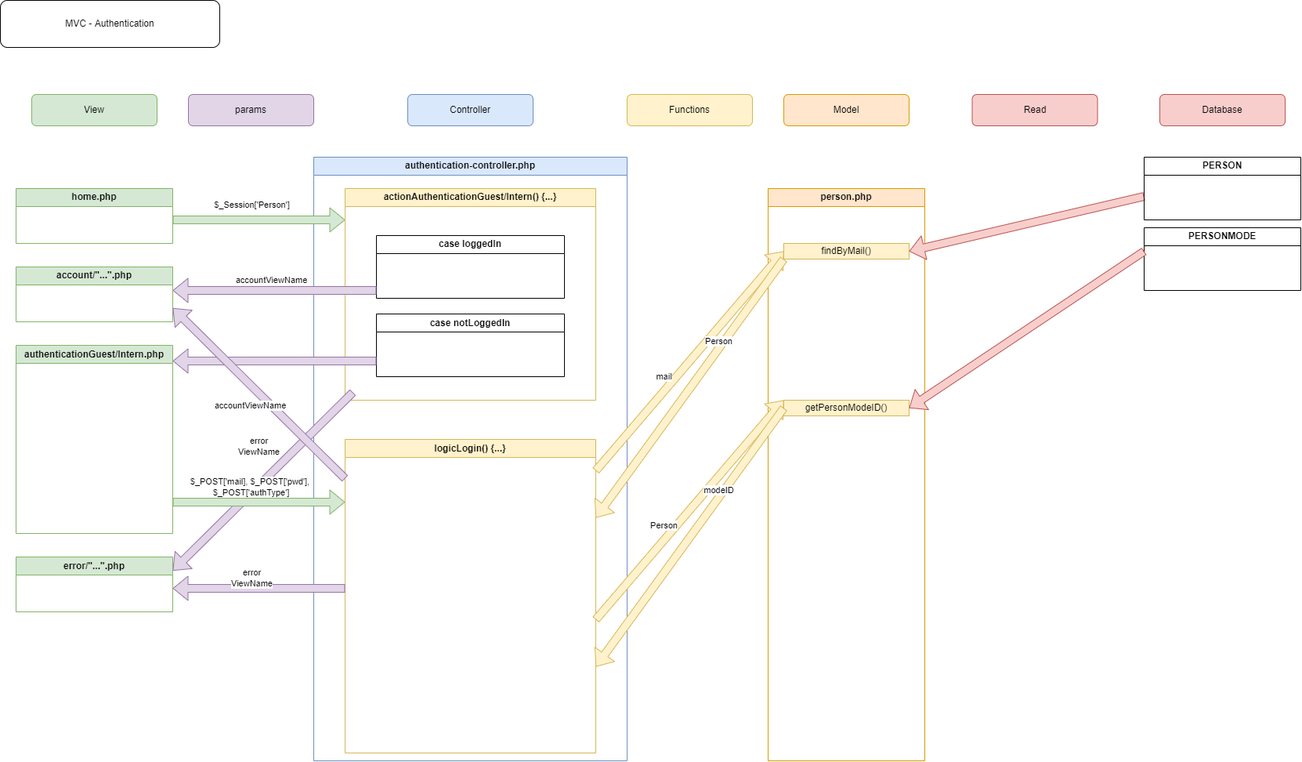
This is SuPa/assets/documentation/MVC/mvc-authentication.png from hatta137/sunshineparks, a draw.io export, as it was before one commit. Source tidied: cells renumbered, new cells last; positions are measured from the earlier drawing's top-left corner, leaving out a move shared by most shapes.
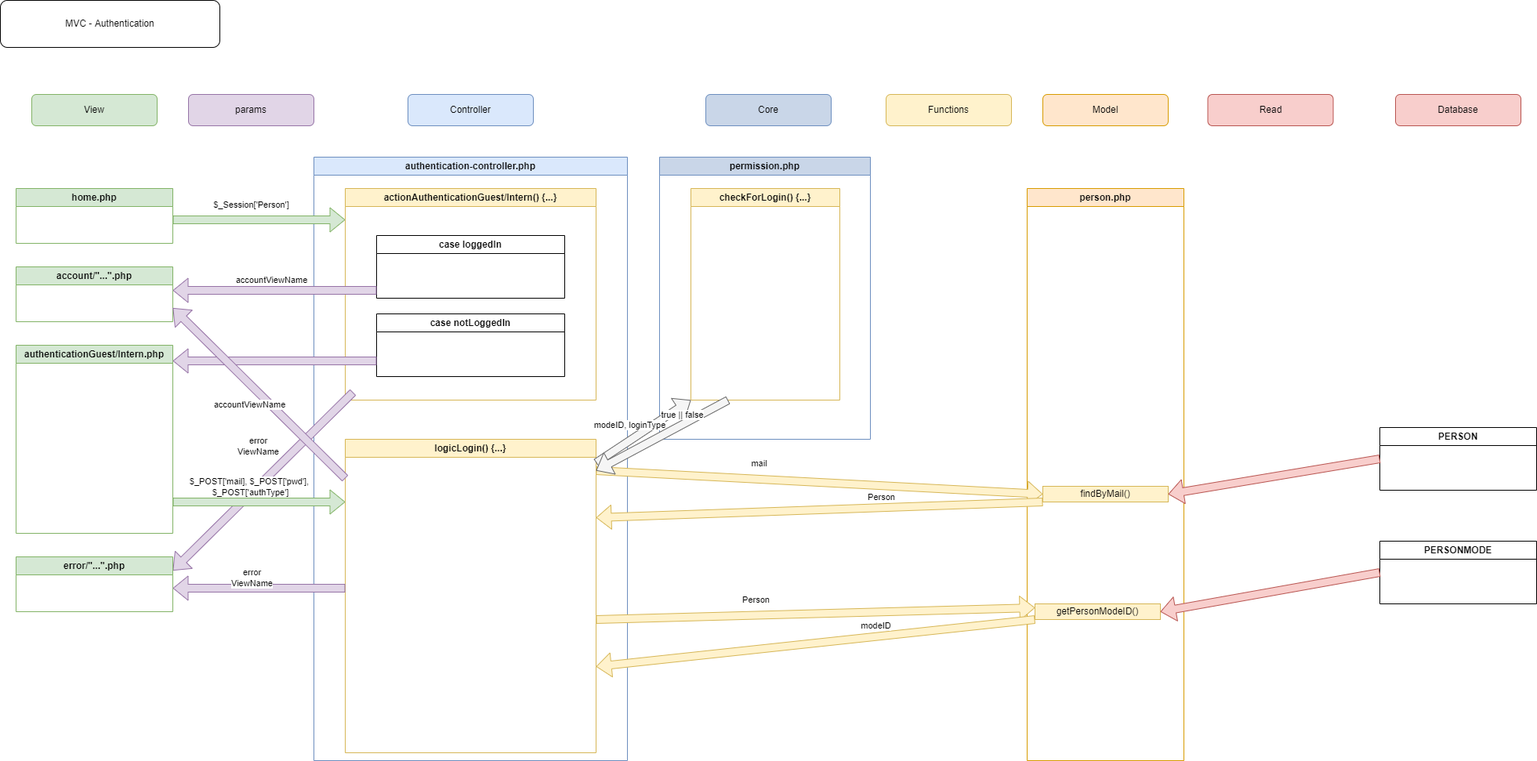
Above is the later version.

Commit message:
new png mvc-auth

What changed in the source:
```diff
@@ -9,10 +9,10 @@
       <mxGeometry x="520" y="120" width="160" height="40" as="geometry" />
     </mxCell>
     <mxCell id="4" value="Model" style="rounded=1;whiteSpace=wrap;html=1;fillColor=#ffe6cc;strokeColor=#d79b00;" parent="1" vertex="1">
-      <mxGeometry x="1000" y="120" width="160" height="40" as="geometry" />
+      <mxGeometry x="1330" y="120" width="160" height="40" as="geometry" />
     </mxCell>
     <mxCell id="5" value="Database" style="rounded=1;whiteSpace=wrap;html=1;fillColor=#f8cecc;strokeColor=#b85450;" parent="1" vertex="1">
-      <mxGeometry x="1480" y="120" width="160" height="40" as="geometry" />
+      <mxGeometry x="1780" y="120" width="160" height="40" as="geometry" />
     </mxCell>
     <mxCell id="6" value="home.php" style="swimlane;whiteSpace=wrap;html=1;fillColor=#d5e8d4;strokeColor=#82b366;startSize=23;" parent="1" vertex="1">
       <mxGeometry x="20" y="240" width="200" height="70" as="geometry" />
@@ -74,16 +74,11 @@
       </mxGeometry>
     </mxCell>
     <mxCell id="20" value="person.php" style="swimlane;whiteSpace=wrap;html=1;fillColor=#ffe6cc;strokeColor=#d79b00;" parent="1" vertex="1">
-      <mxGeometry x="980" y="240" width="200" height="730" as="geometry" />
+      <mxGeometry x="1310" y="240" width="200" height="730" as="geometry" />
     </mxCell>
     <mxCell id="21" value="findByMail()" style="rounded=0;whiteSpace=wrap;html=1;fillColor=#fff2cc;strokeColor=#d6b656;" parent="20" vertex="1">
-      <mxGeometry x="20" y="70" width="160" height="20" as="geometry" />
+      <mxGeometry x="20" y="380" width="160" height="20" as="geometry" />
     </mxCell>
-    <mxCell id="22" style="shape=flexArrow;endArrow=classic;html=1;rounded=0;entryX=1;entryY=0.5;entryDx=0;entryDy=0;fillColor=#f8cecc;strokeColor=#b85450;" parent="20" edge="1" target="21">
-      <mxGeometry relative="1" as="geometry">
-        <mxPoint x="480" y="10" as="sourcePoint" />
-      </mxGeometry>
-    </mxCell>
     <mxCell id="23" style="edgeStyle=orthogonalEdgeStyle;rounded=0;orthogonalLoop=1;jettySize=auto;html=1;exitX=0.5;exitY=1;exitDx=0;exitDy=0;" parent="20" edge="1">
       <mxGeometry relative="1" as="geometry">
         <mxPoint x="100" y="210" as="sourcePoint" />
@@ -91,26 +86,26 @@
       </mxGeometry>
     </mxCell>
     <mxCell id="24" value="getPersonModeID()" style="rounded=0;whiteSpace=wrap;html=1;fillColor=#fff2cc;strokeColor=#d6b656;" parent="20" vertex="1">
-      <mxGeometry x="20" y="270" width="160" height="20" as="geometry" />
+      <mxGeometry x="10" y="530" width="160" height="20" as="geometry" />
     </mxCell>
     <mxCell id="25" value="PERSON" style="swimlane;whiteSpace=wrap;html=1;startSize=23;" parent="1" vertex="1">
-      <mxGeometry x="1460" y="200" width="200" height="80" as="geometry" />
+      <mxGeometry x="1760" y="545" width="200" height="80" as="geometry" />
     </mxCell>
     <mxCell id="26" value="PERSONMODE" style="swimlane;whiteSpace=wrap;html=1;" parent="1" vertex="1">
-      <mxGeometry x="1460" y="290" width="200" height="80" as="geometry" />
+      <mxGeometry x="1760" y="690" width="200" height="80" as="geometry" />
     </mxCell>
-    <mxCell id="27" style="edgeStyle=orthogonalEdgeStyle;rounded=0;jettySize=auto;html=1;exitX=0;exitY=0.5;exitDx=0;exitDy=0;entryX=0.116;entryY=1.079;entryDx=0;entryDy=0;entryPerimeter=0;strokeWidth=2;startArrow=none;startFill=0;endArrow=classic;endFill=1;fillColor=#f8cecc;strokeColor=#b85450;" parent="1" edge="1" source="x">
+    <mxCell id="27" style="edgeStyle=orthogonalEdgeStyle;rounded=0;orthogonalLoop=1;jettySize=auto;html=1;exitX=0;exitY=0.5;exitDx=0;exitDy=0;entryX=0.116;entryY=1.079;entryDx=0;entryDy=0;entryPerimeter=0;strokeWidth=2;startArrow=none;startFill=0;endArrow=classic;endFill=1;fillColor=#f8cecc;strokeColor=#b85450;" parent="1" edge="1">
       <mxGeometry relative="1" as="geometry">
         <mxPoint x="1483.2" y="951.6" as="targetPoint" />
       </mxGeometry>
     </mxCell>
-    <mxCell id="28" style="edgeStyle=orthogonalEdgeStyle;rounded=0;jettySize=auto;html=1;exitX=0;exitY=0.5;exitDx=0;exitDy=0;entryX=0.116;entryY=1.045;entryDx=0;entryDy=0;entryPerimeter=0;strokeWidth=2;startArrow=none;startFill=0;endArrow=classic;endFill=1;fillColor=#f8cecc;strokeColor=#b85450;" parent="1" edge="1" source="x">
+    <mxCell id="28" style="edgeStyle=orthogonalEdgeStyle;rounded=0;orthogonalLoop=1;jettySize=auto;html=1;exitX=0;exitY=0.5;exitDx=0;exitDy=0;entryX=0.116;entryY=1.045;entryDx=0;entryDy=0;entryPerimeter=0;strokeWidth=2;startArrow=none;startFill=0;endArrow=classic;endFill=1;fillColor=#f8cecc;strokeColor=#b85450;" parent="1" edge="1">
       <mxGeometry relative="1" as="geometry">
         <mxPoint x="1483.2" y="950.9" as="targetPoint" />
       </mxGeometry>
     </mxCell>
     <mxCell id="29" value="Functions" style="rounded=1;whiteSpace=wrap;html=1;fillColor=#fff2cc;strokeColor=#d6b656;" parent="1" vertex="1">
-      <mxGeometry x="800" y="120" width="160" height="40" as="geometry" />
+      <mxGeometry x="1130" y="120" width="160" height="40" as="geometry" />
     </mxCell>
     <mxCell id="30" value="MVC - Authentication" style="rounded=1;whiteSpace=wrap;html=1;" parent="1" vertex="1">
       <mxGeometry width="280" height="60" as="geometry" />
@@ -142,10 +137,8 @@
         <mxPoint x="-40" y="-17" as="offset" />
       </mxGeometry>
     </mxCell>
-    <mxCell id="37" style="shape=flexArrow;endArrow=classic;html=1;rounded=0;entryX=1;entryY=0.5;entryDx=0;entryDy=0;fillColor=#f8cecc;strokeColor=#b85450;" parent="1" edge="1" target="24">
-      <mxGeometry relative="1" as="geometry">
-        <mxPoint x="1460" y="320" as="sourcePoint" />
-      </mxGeometry>
+    <mxCell id="37" style="shape=flexArrow;endArrow=classic;html=1;rounded=0;entryX=1;entryY=0.5;entryDx=0;entryDy=0;fillColor=#f8cecc;strokeColor=#b85450;exitX=0;exitY=0.5;exitDx=0;exitDy=0;" parent="1" edge="1" source="26" target="24">
+      <mxGeometry relative="1" as="geometry" />
     </mxCell>
     <mxCell id="38" value="error/&quot;...&quot;.php" style="swimlane;whiteSpace=wrap;html=1;fillColor=#d5e8d4;strokeColor=#82b366;startSize=23;" parent="1" vertex="1">
       <mxGeometry x="20" y="710" width="200" height="70" as="geometry" />
@@ -179,10 +172,9 @@
         <mxPoint y="-17" as="offset" />
       </mxGeometry>
     </mxCell>
-    <mxCell id="45" style="shape=flexArrow;endArrow=classic;html=1;rounded=0;fillColor=#fff2cc;strokeColor=#d6b656;entryX=0;entryY=0.5;entryDx=0;entryDy=0;" parent="1" edge="1">
+    <mxCell id="45" style="shape=flexArrow;endArrow=classic;html=1;rounded=0;fillColor=#fff2cc;strokeColor=#d6b656;entryX=0;entryY=0.25;entryDx=0;entryDy=0;" parent="1" edge="1" target="24">
       <mxGeometry relative="1" as="geometry">
         <mxPoint x="760" y="790" as="sourcePoint" />
-        <mxPoint x="1000" y="510" as="targetPoint" />
       </mxGeometry>
     </mxCell>
     <mxCell id="46" value="Person" style="edgeLabel;html=1;align=center;verticalAlign=middle;" parent="45" vertex="1">
@@ -190,9 +182,8 @@
         <mxPoint y="-17" as="offset" />
       </mxGeometry>
     </mxCell>
-    <mxCell id="47" style="shape=flexArrow;endArrow=classic;html=1;rounded=0;fillColor=#fff2cc;strokeColor=#d6b656;exitX=0;exitY=1;exitDx=0;exitDy=0;entryX=1;entryY=0.25;entryDx=0;entryDy=0;" parent="1" edge="1">
+    <mxCell id="47" style="shape=flexArrow;endArrow=classic;html=1;rounded=0;fillColor=#fff2cc;strokeColor=#d6b656;exitX=0;exitY=1;exitDx=0;exitDy=0;entryX=1;entryY=0.25;entryDx=0;entryDy=0;" parent="1" edge="1" source="24">
       <mxGeometry relative="1" as="geometry">
-        <mxPoint x="1000" y="520" as="sourcePoint" />
         <mxPoint x="760" y="850" as="targetPoint" />
       </mxGeometry>
     </mxCell>
@@ -202,7 +193,39 @@
       </mxGeometry>
     </mxCell>
     <mxCell id="49" value="Read" style="rounded=1;whiteSpace=wrap;html=1;fillColor=#f8cecc;strokeColor=#b85450;" parent="1" vertex="1">
-      <mxGeometry x="1240.5" y="120" width="160" height="40" as="geometry" />
+      <mxGeometry x="1540.5" y="120" width="160" height="40" as="geometry" />
     </mxCell>
+    <mxCell id="22" style="shape=flexArrow;endArrow=classic;html=1;rounded=0;entryX=1;entryY=0.5;entryDx=0;entryDy=0;fillColor=#f8cecc;strokeColor=#b85450;exitX=0;exitY=0.5;exitDx=0;exitDy=0;" parent="1" edge="1" source="25" target="21">
+      <mxGeometry relative="1" as="geometry" />
+    </mxCell>
+    <mxCell id="50" value="Core" style="rounded=1;whiteSpace=wrap;html=1;fillColor=#C9D6E8;strokeColor=#6c8ebf;" parent="1" vertex="1">
+      <mxGeometry x="900" y="120" width="160" height="40" as="geometry" />
+    </mxCell>
+    <mxCell id="51" value="permission.php" style="swimlane;whiteSpace=wrap;html=1;fillColor=#C9D6E8;strokeColor=#6c8ebf;" parent="1" vertex="1">
+      <mxGeometry x="841" y="200" width="269" height="360" as="geometry" />
+    </mxCell>
+    <mxCell id="52" value="checkForLogin() {...}" style="swimlane;whiteSpace=wrap;html=1;fillColor=#fff2cc;strokeColor=#d6b656;" parent="51" vertex="1">
+      <mxGeometry x="40" y="40" width="190" height="270" as="geometry" />
+    </mxCell>
+    <mxCell id="53" style="shape=flexArrow;endArrow=classic;html=1;rounded=0;fillColor=#f5f5f5;strokeColor=#666666;entryX=0;entryY=1;entryDx=0;entryDy=0;" parent="1" edge="1" target="52">
+      <mxGeometry relative="1" as="geometry">
+        <mxPoint x="760" y="590" as="sourcePoint" />
+      </mxGeometry>
+    </mxCell>
+    <mxCell id="54" value="modeID, loginType" style="edgeLabel;html=1;align=center;verticalAlign=middle;" parent="53" vertex="1">
+      <mxGeometry x="-0.27" y="3" relative="1" as="geometry">
+        <mxPoint y="-17" as="offset" />
+      </mxGeometry>
+    </mxCell>
+    <mxCell id="55" style="shape=flexArrow;endArrow=classic;html=1;rounded=0;fillColor=#f5f5f5;strokeColor=#666666;exitX=0.25;exitY=1;exitDx=0;exitDy=0;" parent="1" edge="1" source="52">
+      <mxGeometry relative="1" as="geometry">
+        <mxPoint x="760" y="600" as="targetPoint" />
+      </mxGeometry>
+    </mxCell>
+    <mxCell id="56" value="true || false" style="edgeLabel;html=1;align=center;verticalAlign=middle;" parent="55" vertex="1">
+      <mxGeometry x="-0.27" y="3" relative="1" as="geometry">
+        <mxPoint y="-17" as="offset" />
+      </mxGeometry>
+    </mxCell>
   </root>
 </mxGraphModel>
```
